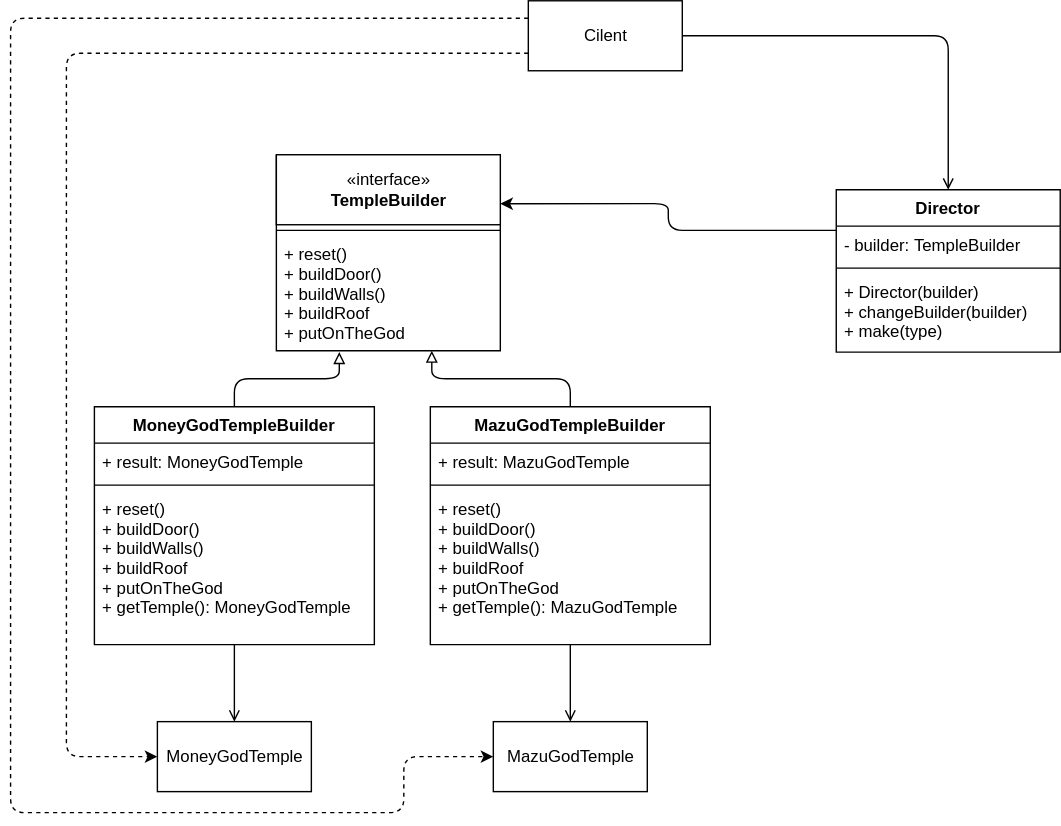
This is Builder/uml/Builder.svg from champchun/Design_Pattern, a draw.io export, as it was before one commit. Source tidied: cells renumbered, new cells last; positions are measured from the earlier drawing's top-left corner, leaving out a move shared by most shapes.
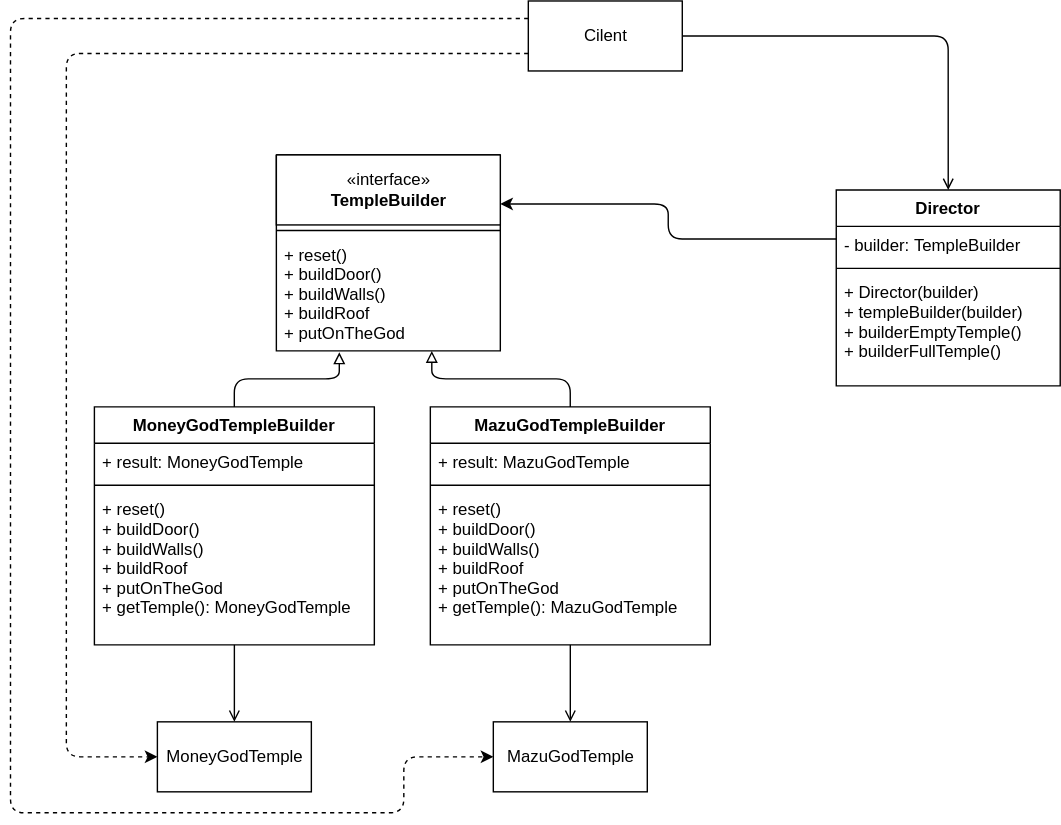
The same file after the commit.

Commit message:
change: uml changing uml to match python code #20220223002

What changed in the source:
```diff
@@ -84,7 +84,7 @@
       <mxGeometry relative="1" as="geometry" />
     </mxCell>
     <mxCell id="25" value="Director" style="swimlane;fontStyle=1;align=center;verticalAlign=top;horizontal=1;startSize=26;" parent="1" vertex="1">
-      <mxGeometry x="589.9" y="135" width="160" height="116" as="geometry" />
+      <mxGeometry x="589.9" y="135" width="160" height="140" as="geometry" />
     </mxCell>
     <mxCell id="26" value="- builder: TempleBuilder" style="text;strokeColor=none;fillColor=none;align=left;verticalAlign=top;spacingLeft=4;spacingRight=4;overflow=hidden;" parent="25" vertex="1">
       <mxGeometry y="26" width="160" height="26" as="geometry" />
@@ -92,8 +92,8 @@
     <mxCell id="27" style="line;strokeWidth=1;fillColor=none;align=left;verticalAlign=middle;spacingTop=-1;spacingLeft=3;spacingRight=3;labelPosition=right;" parent="25" vertex="1">
       <mxGeometry y="52" width="160" height="8" as="geometry" />
     </mxCell>
-    <mxCell id="28" value="+ Director(builder)&#10;+ changeBuilder(builder)&#10;+ make(type)" style="text;strokeColor=none;fillColor=none;align=left;verticalAlign=top;spacingLeft=4;spacingRight=4;overflow=hidden;" parent="25" vertex="1">
-      <mxGeometry y="60" width="160" height="56" as="geometry" />
+    <mxCell id="28" value="+ Director(builder)&#10;+ templeBuilder(builder)&#10;+ builderEmptyTemple()&#10;+ builderFullTemple()" style="text;strokeColor=none;fillColor=none;align=left;verticalAlign=top;spacingLeft=4;spacingRight=4;overflow=hidden;" parent="25" vertex="1">
+      <mxGeometry y="60" width="160" height="80" as="geometry" />
     </mxCell>
   </root>
 </mxGraphModel>
```
